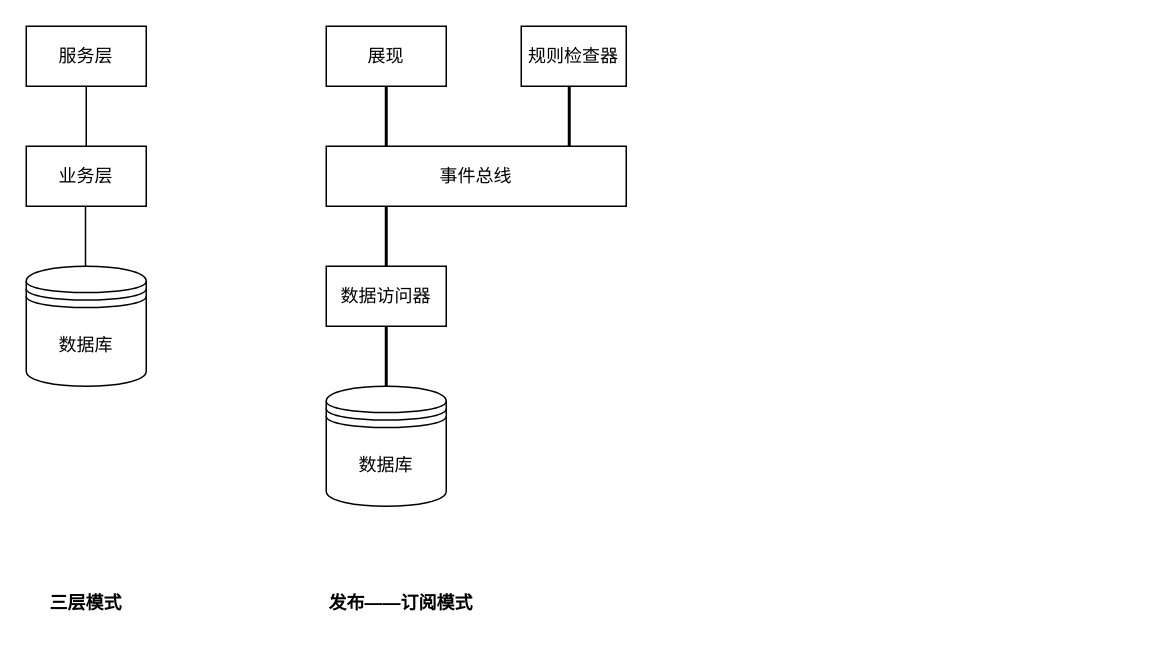
noobwu/diagrams keeps this draw.io diagram as Software/三种架构模式.drawio. Above is the earlier version. Source tidied: cells renumbered, new cells numbered last; positions are measured from the earlier drawing's top-left corner, leaving out a move shared by most shapes. Both pictures are drawn from the tidied source at 150%, with x=0, y=0 at pixel (26, 26).
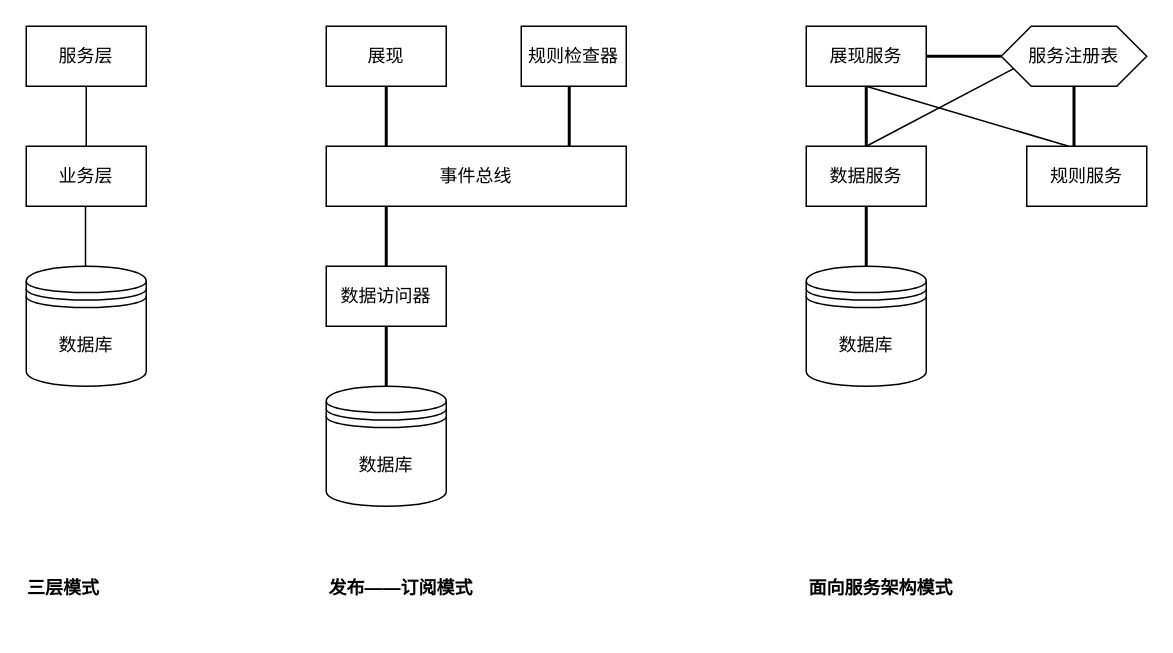
After the change.

Commit message:
Update 三种架构模式.drawio

The change refers to these unchanged cells:
```xml
<mxCell id="2" style="group;" parent="1" vertex="1">
  <mxGeometry width="80" height="390" as="geometry" />
</mxCell>
<mxCell id="11" style="group;" parent="1" vertex="1">
  <mxGeometry x="200" width="200" height="400" as="geometry" />
</mxCell>
```

Change to the diagram source:
```diff
@@
     <mxCell id="10" value="&lt;b&gt;三层模式&lt;/b&gt;" style="text;html=1;strokeColor=none;fillColor=none;align=center;verticalAlign=middle;whiteSpace=wrap;rounded=0;" parent="2" vertex="1">
-      <mxGeometry x="15" y="370" width="50" height="30" as="geometry" />
+      <mxGeometry y="360" width="50" height="30" as="geometry" />
     </mxCell>
@@
     <mxCell id="17" value="&lt;b&gt;发布——订阅模式&lt;/b&gt;" style="text;html=1;strokeColor=none;fillColor=none;align=center;verticalAlign=middle;whiteSpace=wrap;rounded=0;" parent="11" vertex="1">
-      <mxGeometry y="370" width="100" height="30" as="geometry" />
+      <mxGeometry y="360" width="100" height="30" as="geometry" />
     </mxCell>
@@
+    <mxCell id="22" style="group;" parent="1" vertex="1">
+      <mxGeometry x="520" width="227" height="390" as="geometry" />
+    </mxCell>
+    <mxCell id="23" value="展现服务" style="rounded=0;whiteSpace=wrap;html=1;" parent="22" vertex="1">
+      <mxGeometry width="80" height="40" as="geometry" />
+    </mxCell>
+    <mxCell id="24" value="数据库" style="shape=datastore;whiteSpace=wrap;html=1;" parent="22" vertex="1">
+      <mxGeometry y="160" width="80" height="80" as="geometry" />
+    </mxCell>
+    <mxCell id="25" value="服务注册表" style="shape=hexagon;perimeter=hexagonPerimeter2;whiteSpace=wrap;html=1;fixedSize=1;" parent="22" vertex="1">
+      <mxGeometry x="130" width="97" height="40" as="geometry" />
+    </mxCell>
+    <mxCell id="26" value="数据服务" style="rounded=0;whiteSpace=wrap;html=1;" parent="22" vertex="1">
+      <mxGeometry y="80" width="80" height="40" as="geometry" />
+    </mxCell>
+    <mxCell id="27" value="规则服务" style="rounded=0;whiteSpace=wrap;html=1;" parent="22" vertex="1">
+      <mxGeometry x="147" y="80" width="80" height="40" as="geometry" />
+    </mxCell>
+    <mxCell id="28" style="line;strokeWidth=2;direction=south;html=1;" parent="22" vertex="1">
+      <mxGeometry x="35" y="40" width="10" height="40" as="geometry" />
+    </mxCell>
+    <mxCell id="29" style="line;strokeWidth=2;direction=south;html=1;" parent="22" vertex="1">
+      <mxGeometry x="35" y="120" width="10" height="40" as="geometry" />
+    </mxCell>
+    <mxCell id="30" style="line;strokeWidth=2;direction=south;html=1;" parent="22" vertex="1">
+      <mxGeometry x="173.5" y="40" width="10" height="40" as="geometry" />
+    </mxCell>
+    <mxCell id="31" style="line;strokeWidth=2;html=1;" parent="22" vertex="1">
+      <mxGeometry x="80" y="15" width="50" height="10" as="geometry" />
+    </mxCell>
+    <mxCell id="32" style="endArrow=none;html=1;entryX=0;entryY=0.75;entryDx=0;entryDy=0;" parent="22" edge="1" target="25">
+      <mxGeometry relative="1" as="geometry">
+        <mxPoint x="40" y="80" as="sourcePoint" />
+      </mxGeometry>
+    </mxCell>
+    <mxCell id="33" style="endArrow=none;html=1;entryX=0.35;entryY=0;entryDx=0;entryDy=0;entryPerimeter=0;exitX=0;exitY=0.5;exitDx=0;exitDy=0;exitPerimeter=0;" parent="22" edge="1" source="28" target="27">
+      <mxGeometry relative="1" as="geometry" />
+    </mxCell>
+    <mxCell id="34" value="&lt;b&gt;面向服务架构模式&lt;/b&gt;" style="text;html=1;strokeColor=none;fillColor=none;align=center;verticalAlign=middle;whiteSpace=wrap;rounded=0;" parent="22" vertex="1">
+      <mxGeometry y="360" width="100" height="30" as="geometry" />
+    </mxCell>
```
